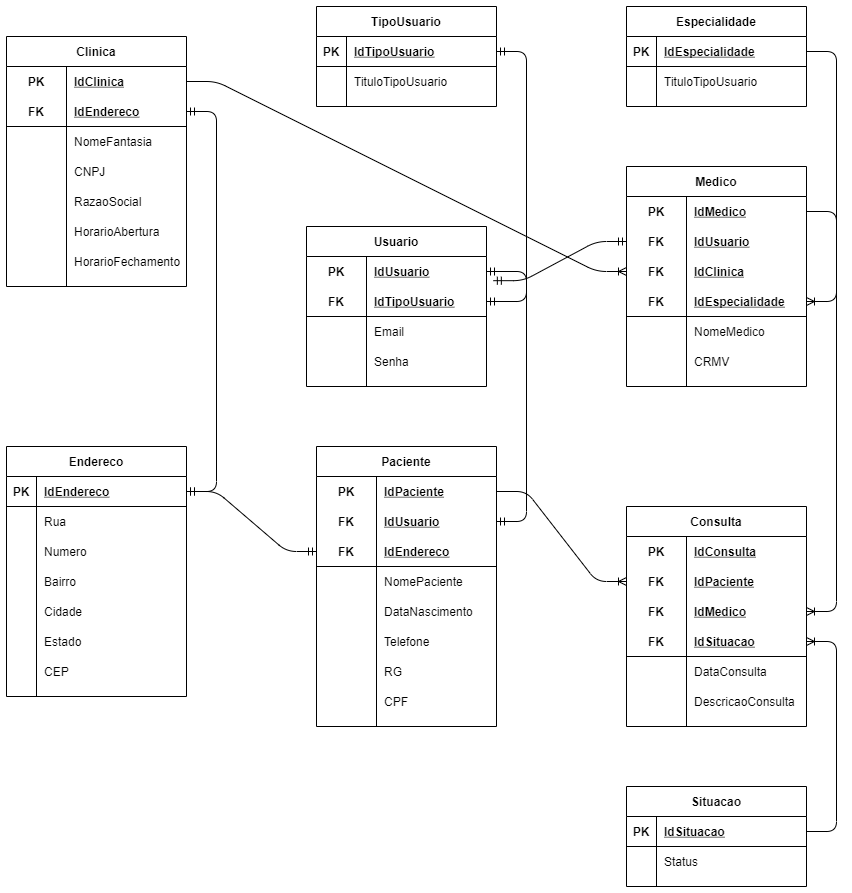
Before: SP_MedicalGroup/Modelagens/SPMedicalGroup-Logico.png, a diagram exported from draw.io (GustavoBorgesSouza/SP_MedicalGroup). Source tidied: cells renumbered, new cells last; positions are measured from the earlier drawing's top-left corner, leaving out a move shared by most shapes.
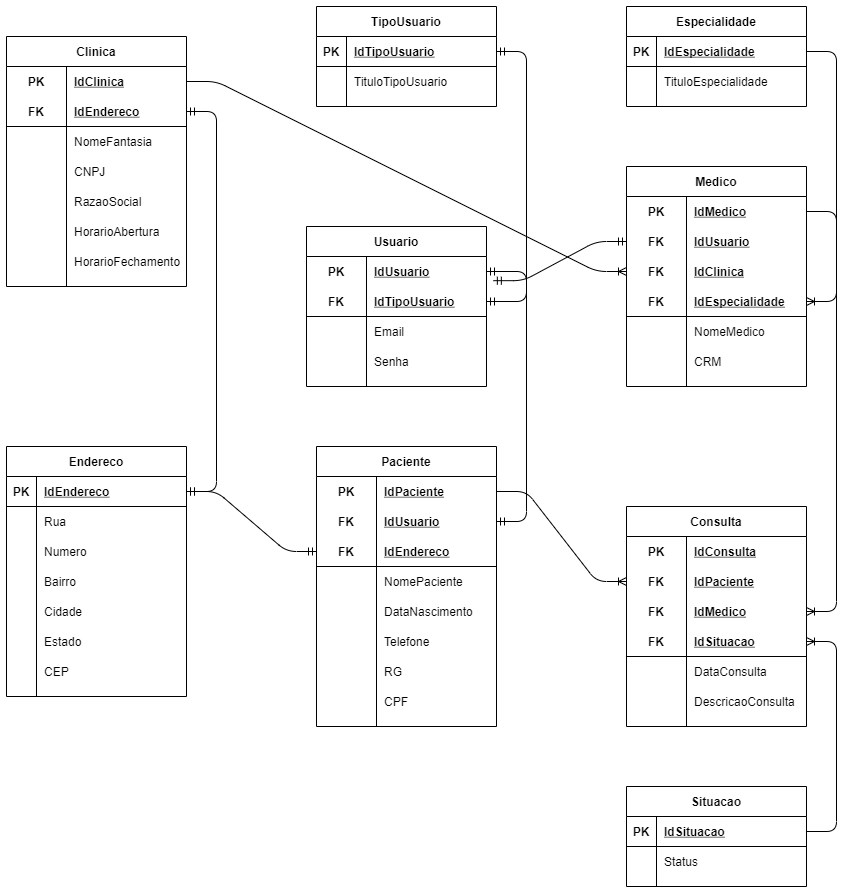
Later version of the same file.

Commit message:
Modelagens finalizadas

Change to the diagram source:
```diff
@@ -335,7 +335,7 @@
     <mxCell id="112" style="shape=partialRectangle;fillColor=none;top=0;left=0;bottom=0;right=0;overflow=hidden;" parent="111" vertex="1">
       <mxGeometry width="60" height="30" as="geometry" />
     </mxCell>
-    <mxCell id="113" value="CRMV" style="shape=partialRectangle;fillColor=none;top=0;left=0;bottom=0;right=0;align=left;spacingLeft=6;overflow=hidden;" parent="111" vertex="1">
+    <mxCell id="113" value="CRM" style="shape=partialRectangle;fillColor=none;top=0;left=0;bottom=0;right=0;align=left;spacingLeft=6;overflow=hidden;" parent="111" vertex="1">
       <mxGeometry x="60" width="120" height="30" as="geometry" />
     </mxCell>
     <mxCell id="114" value="Especialidade" style="shape=table;startSize=30;rowLines=0;fontStyle=1;align=center;" parent="1" vertex="1">
@@ -356,7 +356,7 @@
     <mxCell id="119" style="shape=partialRectangle;fillColor=none;top=0;left=0;bottom=0;right=0;overflow=hidden;" parent="118" vertex="1">
       <mxGeometry width="30" height="30" as="geometry" />
     </mxCell>
-    <mxCell id="120" value="TituloTipoUsuario" style="shape=partialRectangle;fillColor=none;top=0;left=0;bottom=0;right=0;align=left;spacingLeft=6;overflow=hidden;" parent="118" vertex="1">
+    <mxCell id="120" value="TituloEspecialidade" style="shape=partialRectangle;fillColor=none;top=0;left=0;bottom=0;right=0;align=left;spacingLeft=6;overflow=hidden;" parent="118" vertex="1">
       <mxGeometry x="30" width="150" height="30" as="geometry" />
     </mxCell>
     <mxCell id="121" style="edgeStyle=entityRelationEdgeStyle;fontSize=12;html=1;endArrow=ERoneToMany;exitX=1;exitY=0.5;exitDx=0;exitDy=0;" parent="1" edge="1" source="115" target="105">
```
